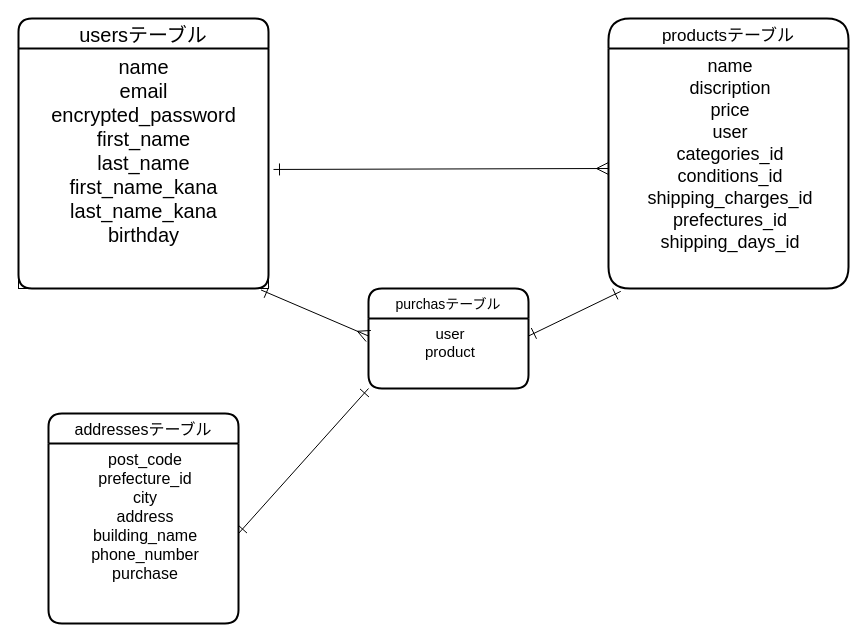
The draw.io diagram furima.dio in yyhoshino/furima-38595, before the edit. Source tidied: cells renumbered, new cells numbered last; positions are measured from the earlier drawing's top-left corner, leaving out a move shared by most shapes. Both pictures are drawn from the tidied source at 100%, with x=0, y=0 at pixel (18, 18).
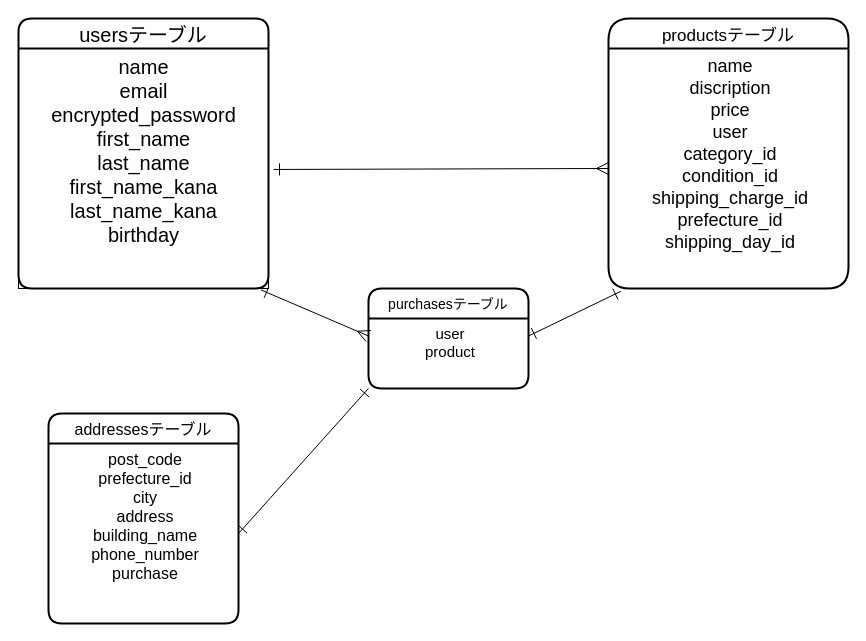
The same page after the edit.

The edit, as a diff of the source:
```diff
@@
 <mxGraphModel>
   <root>
     <mxCell id="0" />
     <mxCell id="1" parent="0" />
     <mxCell id="2" value="usersテーブル" style="swimlane;horizontal=1;startSize=30;rounded=1;fontSize=20;fontStyle=0;strokeWidth=2;shadow=0;dashed=0;align=center;" parent="1" vertex="1">
       <mxGeometry width="250" height="270" as="geometry" />
     </mxCell>
     <mxCell id="3" value="name&lt;br&gt;email&lt;br&gt;encrypted_password&lt;br&gt;first_name&lt;br&gt;last_name&lt;br&gt;first_name_kana&lt;br&gt;last_name_kana&lt;br&gt;&lt;div&gt;birthday&lt;/div&gt;" style="text;html=1;align=center;verticalAlign=top;points=[];strokeColor=default;fillColor=none;fontSize=20;fontStyle=0;" parent="2" vertex="1">
       <mxGeometry y="30" width="250" height="240" as="geometry" />
     </mxCell>
     <mxCell id="4" value="productsテーブル" style="swimlane;horizontal=1;startSize=30;rounded=1;fontSize=17;fontStyle=0;strokeWidth=2;shadow=0;dashed=0;align=center;arcSize=24;" parent="1" vertex="1">
       <mxGeometry x="590" width="240" height="270" as="geometry" />
     </mxCell>
-    <mxCell id="5" value="name&#10;discription&#10;price&#10;user&#10;categories_id&#10;conditions_id&#10;shipping_charges_id&#10;prefectures_id&#10;shipping_days_id&#10;" style="align=center;strokeColor=none;fillColor=none;spacingLeft=4;fontSize=18;verticalAlign=top;" parent="4" vertex="1">
+    <mxCell id="5" value="name&#10;discription&#10;price&#10;user&#10;category_id&#10;condition_id&#10;shipping_charge_id&#10;prefecture_id&#10;shipping_day_id&#10;" style="align=center;strokeColor=none;fillColor=none;spacingLeft=4;fontSize=18;verticalAlign=top;" parent="4" vertex="1">
       <mxGeometry y="30" width="240" height="240" as="geometry" />
     </mxCell>
     <mxCell id="6" style="edgeStyle=none;html=1;fontSize=18;endArrow=ERmany;endFill=0;strokeWidth=1;endSize=10;entryX=0;entryY=0.5;entryDx=0;entryDy=0;startArrow=ERone;startFill=0;targetPerimeterSpacing=10;sourcePerimeterSpacing=10;startSize=10;exitX=1.02;exitY=0.504;exitDx=0;exitDy=0;exitPerimeter=0;" parent="1" edge="1" source="3" target="5">
       <mxGeometry relative="1" as="geometry" />
     </mxCell>
-    <mxCell id="7" value="purchasテーブル" style="swimlane;horizontal=1;startSize=30;rounded=1;fontSize=14;fontStyle=0;strokeWidth=2;shadow=0;dashed=0;align=center;" parent="1" vertex="1">
+    <mxCell id="7" value="purchasesテーブル" style="swimlane;horizontal=1;startSize=30;rounded=1;fontSize=14;fontStyle=0;strokeWidth=2;shadow=0;dashed=0;align=center;" parent="1" vertex="1">
       <mxGeometry x="350" y="270" width="160" height="100" as="geometry" />
     </mxCell>
     <mxCell id="8" value="user&#10;product" style="align=center;strokeColor=none;fillColor=none;spacingLeft=4;fontSize=15;verticalAlign=top;" parent="7" vertex="1">
       <mxGeometry y="30" width="160" height="70" as="geometry" />
     </mxCell>
     <mxCell id="9" style="edgeStyle=none;html=1;exitX=1;exitY=0.25;exitDx=0;exitDy=0;fontSize=15;startArrow=ERone;startFill=0;endArrow=ERone;endFill=0;startSize=10;endSize=10;sourcePerimeterSpacing=10;targetPerimeterSpacing=10;strokeWidth=1;entryX=0.051;entryY=1.012;entryDx=0;entryDy=0;entryPerimeter=0;" parent="1" edge="1" source="8" target="5">
       <mxGeometry relative="1" as="geometry" />
     </mxCell>
     <mxCell id="10" value="addressesテーブル" style="swimlane;horizontal=1;startSize=30;rounded=1;fontSize=16;fontStyle=0;strokeWidth=2;shadow=0;dashed=0;align=center;" parent="1" vertex="1">
       <mxGeometry x="30" y="395" width="190" height="210" as="geometry" />
     </mxCell>
     <mxCell id="11" value="post_code&#10;prefecture_id&#10;city&#10;address&#10;building_name&#10;phone_number&#10;purchase" style="align=center;strokeColor=none;fillColor=none;spacingLeft=4;fontSize=16;verticalAlign=top;" parent="10" vertex="1">
       <mxGeometry y="30" width="190" height="180" as="geometry" />
     </mxCell>
     <mxCell id="12" style="edgeStyle=none;html=1;exitX=0;exitY=0.25;exitDx=0;exitDy=0;entryX=0.97;entryY=1.006;entryDx=0;entryDy=0;entryPerimeter=0;fontSize=15;startArrow=ERmany;startFill=0;endArrow=ERone;endFill=0;startSize=10;endSize=10;sourcePerimeterSpacing=10;targetPerimeterSpacing=10;strokeWidth=1;" parent="1" edge="1" source="8" target="3">
       <mxGeometry relative="1" as="geometry" />
     </mxCell>
     <mxCell id="13" style="edgeStyle=none;html=1;exitX=0;exitY=1;exitDx=0;exitDy=0;entryX=1;entryY=0.5;entryDx=0;entryDy=0;fontSize=15;startArrow=ERone;startFill=0;endArrow=ERone;endFill=0;startSize=10;endSize=10;sourcePerimeterSpacing=10;targetPerimeterSpacing=10;strokeWidth=1;" parent="1" edge="1" source="8" target="11">
       <mxGeometry relative="1" as="geometry" />
     </mxCell>
   </root>
 </mxGraphModel>
```
